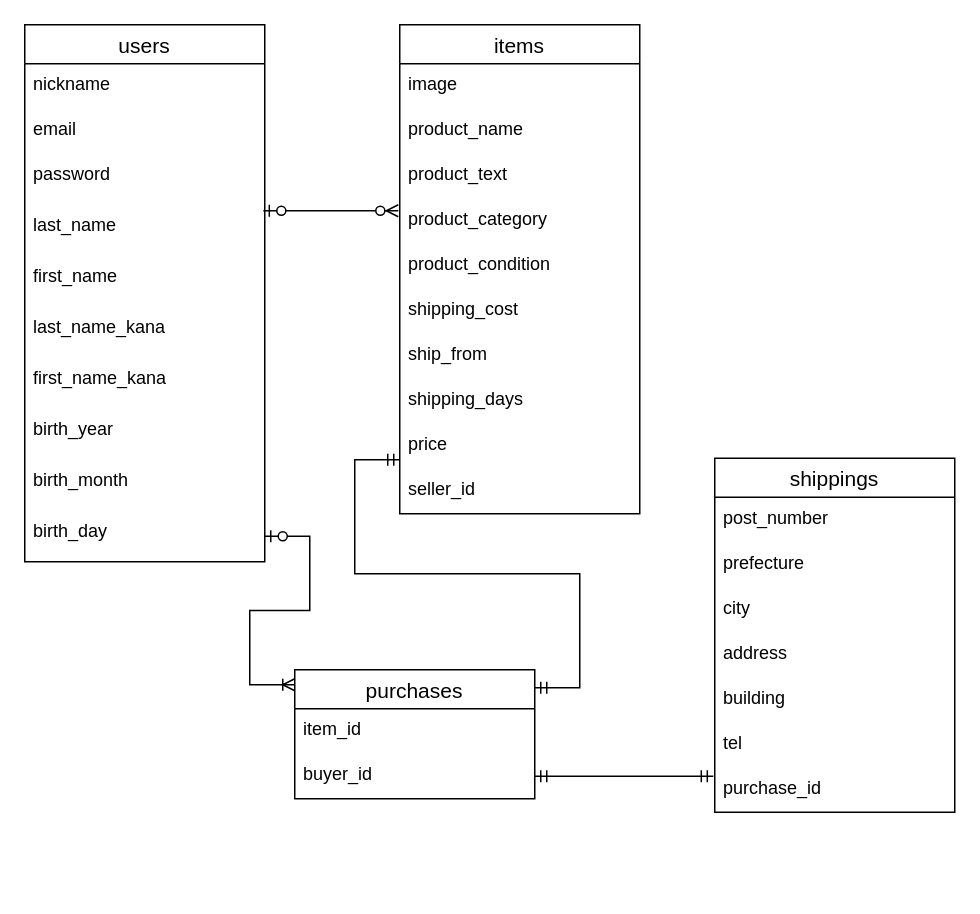
SaLily69/furima-37580 keeps this draw.io diagram as .dio. Above is the earlier version. Source tidied: cells renumbered, new cells numbered last; positions are measured from the earlier drawing's top-left corner, leaving out a move shared by most shapes. Both pictures are drawn from the tidied source at 150%, with x=0, y=0 at pixel (24, 24).
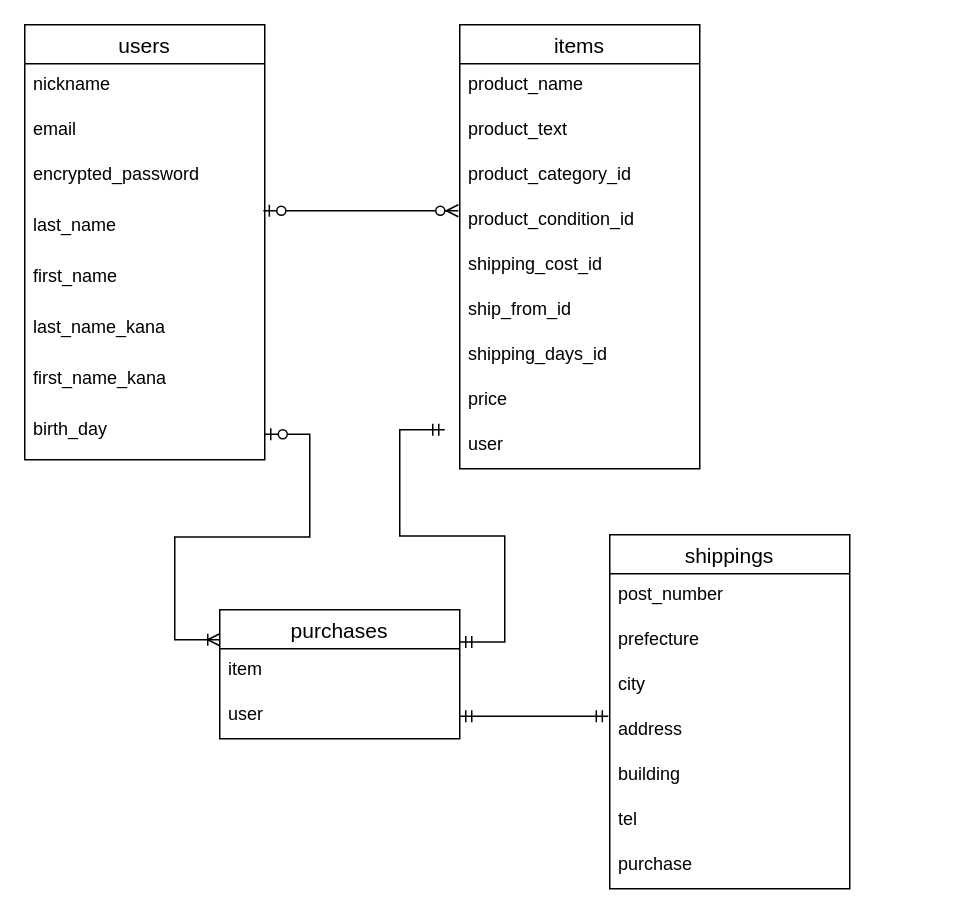
The same diagram, later.

Commit message (it also covers changes not shown here):
データベース設計修正

Unchanged cells that the change refers to:
```xml
<mxCell id="6" value="last_name" style="text;strokeColor=none;fillColor=none;spacingLeft=4;spacingRight=4;overflow=hidden;points=[[0,0.5],[1,0.5]];portConstraint=eastwest;fontSize=12;" parent="2" vertex="1">
  <mxGeometry y="120" width="160" height="34" as="geometry" />
</mxCell>
<mxCell id="31" value="address" style="text;strokeColor=none;fillColor=none;spacingLeft=4;spacingRight=4;overflow=hidden;points=[[0,0.5],[1,0.5]];portConstraint=eastwest;fontSize=12;" parent="27" vertex="1">
  <mxGeometry y="116" width="160" height="30" as="geometry" />
</mxCell>
```

The edit, as a diff of the source:
```diff
@@
     <mxCell id="2" value="users" style="swimlane;fontStyle=0;horizontal=1;startSize=26;align=center;fontSize=14;" parent="1" vertex="1">
-      <mxGeometry width="160" height="358" as="geometry" />
+      <mxGeometry width="160" height="290" as="geometry" />
     </mxCell>
@@
-    <mxCell id="5" value="password" style="text;strokeColor=none;fillColor=none;spacingLeft=4;spacingRight=4;overflow=hidden;fontSize=12;" parent="2" vertex="1">
+    <mxCell id="5" value="encrypted_password" style="text;strokeColor=none;fillColor=none;spacingLeft=4;spacingRight=4;overflow=hidden;fontSize=12;" parent="2" vertex="1">
       <mxGeometry y="86" width="160" height="34" as="geometry" />
     </mxCell>
@@
-    <mxCell id="10" value="birth_year" style="text;strokeColor=none;fillColor=none;spacingLeft=4;spacingRight=4;overflow=hidden;points=[[0,0.5],[1,0.5]];portConstraint=eastwest;fontSize=12;" parent="2" vertex="1">
+    <mxCell id="10" value="birth_day" style="text;strokeColor=none;fillColor=none;spacingLeft=4;spacingRight=4;overflow=hidden;points=[[0,0.5],[1,0.5]];portConstraint=eastwest;fontSize=12;" parent="2" vertex="1">
       <mxGeometry y="256" width="160" height="34" as="geometry" />
     </mxCell>
-    <mxCell id="11" value="birth_month" style="text;strokeColor=none;fillColor=none;spacingLeft=4;spacingRight=4;overflow=hidden;fontSize=12;" parent="2" vertex="1">
-      <mxGeometry y="290" width="160" height="34" as="geometry" />
-    </mxCell>
-    <mxCell id="12" value="birth_day" style="text;strokeColor=none;fillColor=none;spacingLeft=4;spacingRight=4;overflow=hidden;points=[[0,0.5],[1,0.5]];portConstraint=eastwest;fontSize=12;" parent="2" vertex="1">
-      <mxGeometry y="324" width="160" height="34" as="geometry" />
-    </mxCell>
     <mxCell id="13" value="items" style="swimlane;fontStyle=0;horizontal=1;startSize=26;align=center;fontSize=14;" parent="1" vertex="1">
-      <mxGeometry x="250" width="160" height="326" as="geometry" />
+      <mxGeometry x="290" width="160" height="296" as="geometry" />
     </mxCell>
-    <mxCell id="14" value="image" style="text;strokeColor=none;fillColor=none;spacingLeft=4;spacingRight=4;overflow=hidden;fontSize=12;" parent="13" vertex="1">
-      <mxGeometry y="26" width="160" height="30" as="geometry" />
-    </mxCell>
     <mxCell id="15" value="product_name" style="text;strokeColor=none;fillColor=none;spacingLeft=4;spacingRight=4;overflow=hidden;fontSize=12;" parent="13" vertex="1">
-      <mxGeometry y="56" width="160" height="30" as="geometry" />
+      <mxGeometry y="26" width="160" height="30" as="geometry" />
     </mxCell>
     <mxCell id="16" value="product_text" style="text;strokeColor=none;fillColor=none;spacingLeft=4;spacingRight=4;overflow=hidden;fontSize=12;" parent="13" vertex="1">
-      <mxGeometry y="86" width="160" height="30" as="geometry" />
+      <mxGeometry y="56" width="160" height="30" as="geometry" />
     </mxCell>
-    <mxCell id="17" value="product_category" style="text;strokeColor=none;fillColor=none;spacingLeft=4;spacingRight=4;overflow=hidden;points=[[0,0.5],[1,0.5]];portConstraint=eastwest;fontSize=12;" parent="13" vertex="1">
-      <mxGeometry y="116" width="160" height="30" as="geometry" />
+    <mxCell id="17" value="product_category_id" style="text;strokeColor=none;fillColor=none;spacingLeft=4;spacingRight=4;overflow=hidden;points=[[0,0.5],[1,0.5]];portConstraint=eastwest;fontSize=12;" parent="13" vertex="1">
+      <mxGeometry y="86" width="160" height="30" as="geometry" />
     </mxCell>
-    <mxCell id="18" value="product_condition" style="text;strokeColor=none;fillColor=none;spacingLeft=4;spacingRight=4;overflow=hidden;points=[[0,0.5],[1,0.5]];portConstraint=eastwest;fontSize=12;" parent="13" vertex="1">
-      <mxGeometry y="146" width="160" height="30" as="geometry" />
+    <mxCell id="18" value="product_condition_id" style="text;strokeColor=none;fillColor=none;spacingLeft=4;spacingRight=4;overflow=hidden;points=[[0,0.5],[1,0.5]];portConstraint=eastwest;fontSize=12;" parent="13" vertex="1">
+      <mxGeometry y="116" width="160" height="30" as="geometry" />
     </mxCell>
-    <mxCell id="19" value="shipping_cost" style="text;strokeColor=none;fillColor=none;spacingLeft=4;spacingRight=4;overflow=hidden;fontSize=12;" parent="13" vertex="1">
-      <mxGeometry y="176" width="160" height="30" as="geometry" />
+    <mxCell id="19" value="shipping_cost_id" style="text;strokeColor=none;fillColor=none;spacingLeft=4;spacingRight=4;overflow=hidden;fontSize=12;" parent="13" vertex="1">
+      <mxGeometry y="146" width="160" height="30" as="geometry" />
     </mxCell>
-    <mxCell id="20" value="ship_from" style="text;strokeColor=none;fillColor=none;spacingLeft=4;spacingRight=4;overflow=hidden;fontSize=12;" parent="13" vertex="1">
-      <mxGeometry y="206" width="160" height="30" as="geometry" />
+    <mxCell id="20" value="ship_from_id" style="text;strokeColor=none;fillColor=none;spacingLeft=4;spacingRight=4;overflow=hidden;fontSize=12;" parent="13" vertex="1">
+      <mxGeometry y="176" width="160" height="30" as="geometry" />
     </mxCell>
-    <mxCell id="21" value="shipping_days" style="text;strokeColor=none;fillColor=none;spacingLeft=4;spacingRight=4;overflow=hidden;fontSize=12;" parent="13" vertex="1">
-      <mxGeometry y="236" width="160" height="30" as="geometry" />
+    <mxCell id="21" value="shipping_days_id" style="text;strokeColor=none;fillColor=none;spacingLeft=4;spacingRight=4;overflow=hidden;fontSize=12;" parent="13" vertex="1">
+      <mxGeometry y="206" width="160" height="30" as="geometry" />
     </mxCell>
     <mxCell id="22" value="price" style="text;strokeColor=none;fillColor=none;spacingLeft=4;spacingRight=4;overflow=hidden;fontSize=12;" parent="13" vertex="1">
-      <mxGeometry y="266" width="160" height="30" as="geometry" />
+      <mxGeometry y="236" width="160" height="30" as="geometry" />
     </mxCell>
-    <mxCell id="23" value="seller_id" style="text;strokeColor=none;fillColor=none;spacingLeft=4;spacingRight=4;overflow=hidden;fontSize=12;" parent="13" vertex="1">
-      <mxGeometry y="296" width="160" height="30" as="geometry" />
+    <mxCell id="23" value="user" style="text;strokeColor=none;fillColor=none;spacingLeft=4;spacingRight=4;overflow=hidden;fontSize=12;" parent="13" vertex="1">
+      <mxGeometry y="266" width="160" height="30" as="geometry" />
     </mxCell>
     <mxCell id="24" value="purchases" style="swimlane;fontStyle=0;horizontal=1;startSize=26;align=center;fontSize=14;" parent="1" vertex="1">
-      <mxGeometry x="180" y="430" width="160" height="86" as="geometry" />
+      <mxGeometry x="130" y="390" width="160" height="86" as="geometry" />
     </mxCell>
-    <mxCell id="25" value="item_id" style="text;strokeColor=none;fillColor=none;spacingLeft=4;spacingRight=4;overflow=hidden;fontSize=12;" parent="24" vertex="1">
+    <mxCell id="25" value="item" style="text;strokeColor=none;fillColor=none;spacingLeft=4;spacingRight=4;overflow=hidden;fontSize=12;" parent="24" vertex="1">
       <mxGeometry y="26" width="160" height="30" as="geometry" />
     </mxCell>
-    <mxCell id="26" value="buyer_id" style="text;strokeColor=none;fillColor=none;spacingLeft=4;spacingRight=4;overflow=hidden;points=[[0,0.5],[1,0.5]];portConstraint=eastwest;fontSize=12;" parent="24" vertex="1">
+    <mxCell id="26" value="user" style="text;strokeColor=none;fillColor=none;spacingLeft=4;spacingRight=4;overflow=hidden;points=[[0,0.5],[1,0.5]];portConstraint=eastwest;fontSize=12;" parent="24" vertex="1">
       <mxGeometry y="56" width="160" height="30" as="geometry" />
     </mxCell>
     <mxCell id="27" value="shippings" style="swimlane;fontStyle=0;horizontal=1;startSize=26;align=center;fontSize=14;" parent="1" vertex="1">
-      <mxGeometry x="460" y="289" width="160" height="236" as="geometry" />
+      <mxGeometry x="390" y="340" width="160" height="236" as="geometry" />
     </mxCell>
@@
-    <mxCell id="34" value="purchase_id" style="text;strokeColor=none;fillColor=none;spacingLeft=4;spacingRight=4;overflow=hidden;points=[[0,0.5],[1,0.5]];portConstraint=eastwest;fontSize=12;" parent="27" vertex="1">
+    <mxCell id="34" value="purchase" style="text;strokeColor=none;fillColor=none;spacingLeft=4;spacingRight=4;overflow=hidden;points=[[0,0.5],[1,0.5]];portConstraint=eastwest;fontSize=12;" parent="27" vertex="1">
       <mxGeometry y="206" width="160" height="30" as="geometry" />
     </mxCell>
-    <mxCell id="35" style="edgeStyle=entityRelationEdgeStyle;fontSize=12;html=1;endArrow=ERzeroToMany;startArrow=ERzeroToOne;rounded=1;exitX=0.994;exitY=0.118;exitDx=0;exitDy=0;exitPerimeter=0;entryX=-0.006;entryY=0.267;entryDx=0;entryDy=0;entryPerimeter=0;" parent="1" edge="1" source="6" target="17">
+    <mxCell id="35" style="edgeStyle=entityRelationEdgeStyle;fontSize=12;html=1;endArrow=ERzeroToMany;startArrow=ERzeroToOne;rounded=1;exitX=0.994;exitY=0.118;exitDx=0;exitDy=0;exitPerimeter=0;entryX=-0.006;entryY=0.267;entryDx=0;entryDy=0;entryPerimeter=0;" parent="1" edge="1" source="6" target="18">
       <mxGeometry relative="1" as="geometry" />
     </mxCell>
-    <mxCell id="36" style="edgeStyle=entityRelationEdgeStyle;fontSize=12;html=1;endArrow=ERoneToMany;startArrow=ERzeroToOne;rounded=0;exitX=1;exitY=0.5;exitDx=0;exitDy=0;" parent="1" edge="1" source="12">
+    <mxCell id="36" style="edgeStyle=entityRelationEdgeStyle;fontSize=12;html=1;endArrow=ERoneToMany;startArrow=ERzeroToOne;rounded=0;exitX=1;exitY=0.5;exitDx=0;exitDy=0;" parent="1" edge="1" source="10">
       <mxGeometry relative="1" as="geometry">
-        <mxPoint x="180" y="440" as="targetPoint" />
+        <mxPoint x="130" y="410" as="targetPoint" />
       </mxGeometry>
     </mxCell>
-    <mxCell id="37" style="edgeStyle=entityRelationEdgeStyle;fontSize=12;html=1;endArrow=ERmandOne;startArrow=ERmandOne;rounded=0;" parent="1" edge="1">
+    <mxCell id="37" style="edgeStyle=entityRelationEdgeStyle;fontSize=12;html=1;endArrow=ERmandOne;startArrow=ERmandOne;rounded=0;exitX=1;exitY=0.25;exitDx=0;exitDy=0;" parent="1" edge="1" source="24">
       <mxGeometry relative="1" as="geometry">
-        <mxPoint x="340" y="442" as="sourcePoint" />
-        <mxPoint x="250" y="290" as="targetPoint" />
+        <mxPoint x="280" y="270" as="targetPoint" />
       </mxGeometry>
     </mxCell>
-    <mxCell id="38" style="edgeStyle=entityRelationEdgeStyle;fontSize=12;html=1;endArrow=ERmandOne;startArrow=ERmandOne;rounded=0;entryX=-0.006;entryY=0.2;entryDx=0;entryDy=0;exitX=1;exitY=0.5;exitDx=0;exitDy=0;entryPerimeter=0;" parent="1" edge="1" source="26" target="34">
+    <mxCell id="38" style="edgeStyle=entityRelationEdgeStyle;fontSize=12;html=1;endArrow=ERmandOne;startArrow=ERmandOne;rounded=0;entryX=-0.006;entryY=0.167;entryDx=0;entryDy=0;exitX=1;exitY=0.5;exitDx=0;exitDy=0;entryPerimeter=0;" parent="1" edge="1" source="26" target="31">
       <mxGeometry relative="1" as="geometry" />
     </mxCell>
```
